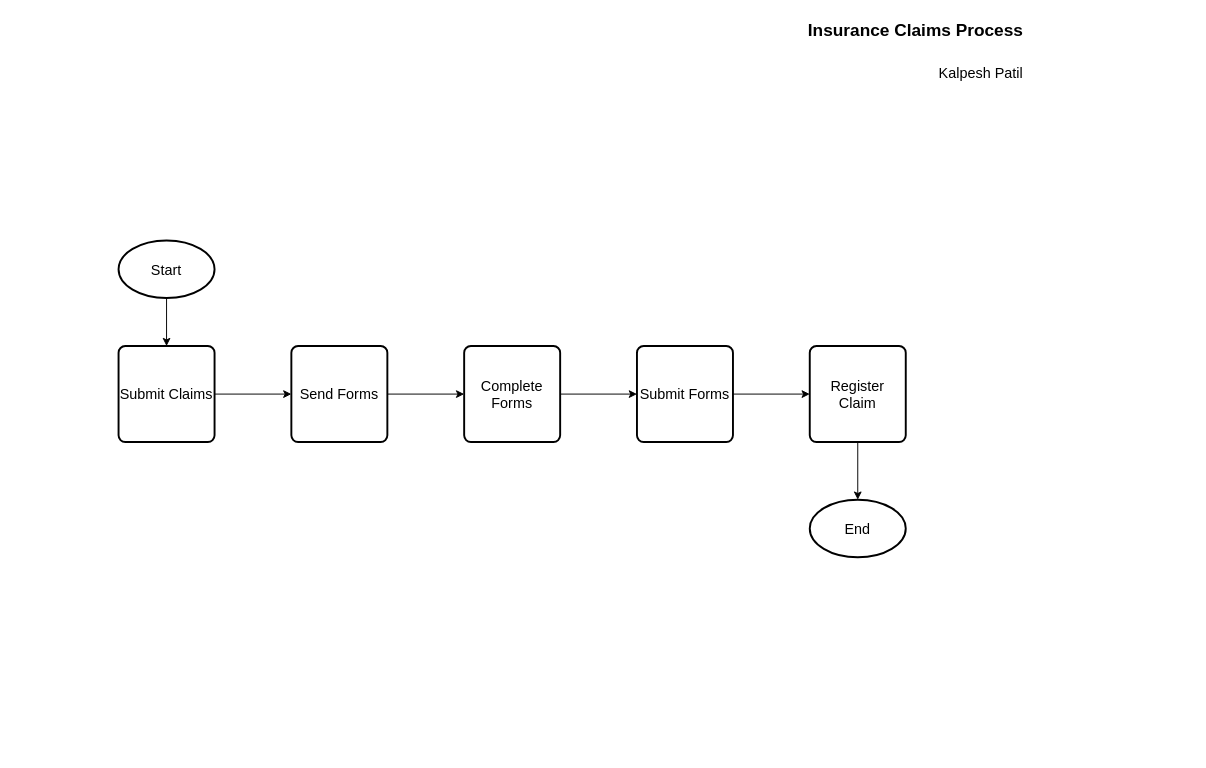
Earlier version of the draw.io diagram BAC1/InsuranceClaimsV1.drawio (planetkalpesh/ProcessMapping). Source tidied: cells renumbered, new cells numbered last; positions are measured from the earlier drawing's top-left corner, leaving out a move shared by most shapes. Both pictures are drawn from the tidied source at 96%, with x=0, y=0 at pixel (118, 16).
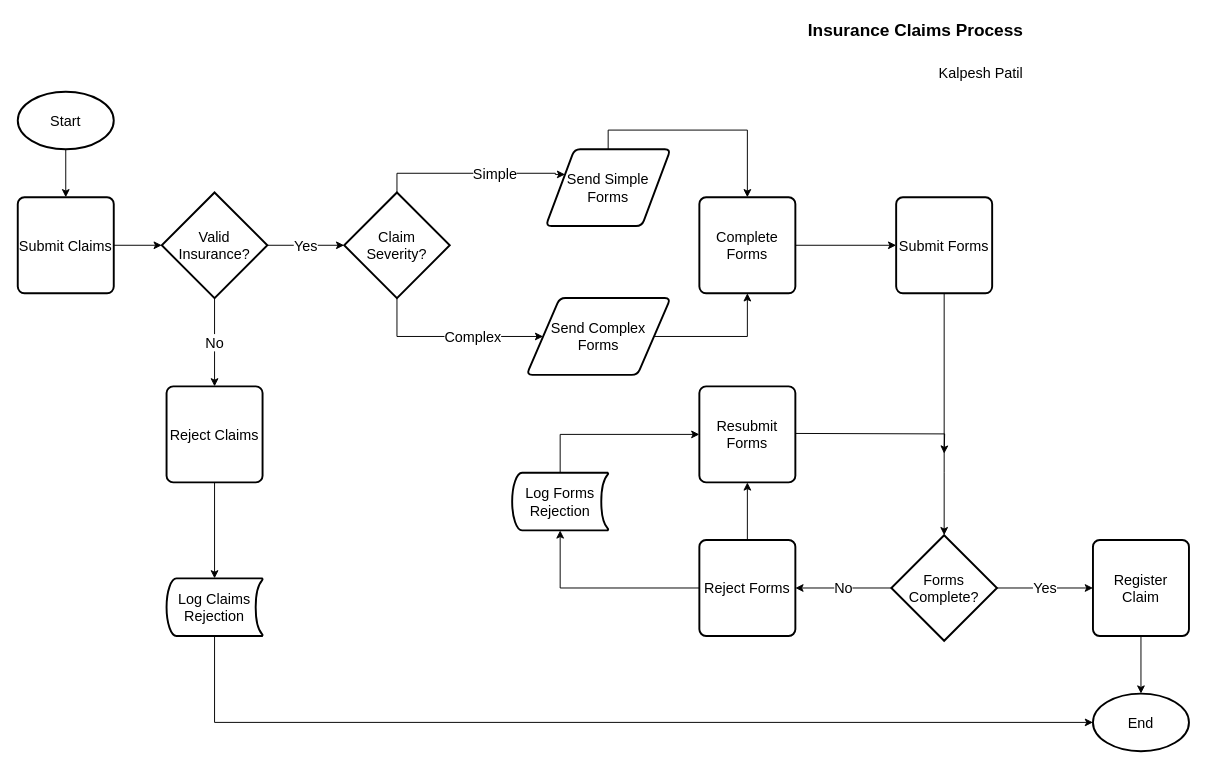
The same page after the edit.

Diff of the diagram source:
```diff
@@
-    <mxCell id="4" style="edgeStyle=orthogonalEdgeStyle;rounded=0;jettySize=auto;html=1;fontSize=15;" parent="1" edge="1" source="5" target="7">
+    <mxCell id="4" style="edgeStyle=orthogonalEdgeStyle;rounded=0;jettySize=auto;html=1;exitX=0.5;exitY=1;exitDx=0;exitDy=0;exitPerimeter=0;entryX=0.5;entryY=0;entryDx=0;entryDy=0;fontSize=15;" parent="1" edge="1" source="5" target="7">
       <mxGeometry relative="1" as="geometry" />
     </mxCell>
     <mxCell id="5" value="Start" style="strokeWidth=2;html=1;shape=mxgraph.flowchart.start_1;whiteSpace=wrap;fontSize=15;" parent="1" vertex="1">
-      <mxGeometry y="233" width="100" height="60" as="geometry" />
+      <mxGeometry x="-105" y="78" width="100" height="60" as="geometry" />
     </mxCell>
-    <mxCell id="6" style="edgeStyle=orthogonalEdgeStyle;rounded=0;jettySize=auto;html=1;fontSize=15;" parent="1" edge="1" source="7" target="9">
-      <mxGeometry relative="1" as="geometry" />
-    </mxCell>
+    <mxCell id="17" style="edgeStyle=orthogonalEdgeStyle;rounded=0;jettySize=auto;html=1;exitX=1;exitY=0.5;exitDx=0;exitDy=0;entryX=0;entryY=0.5;entryDx=0;entryDy=0;entryPerimeter=0;fontSize=15;" parent="1" edge="1" source="7" target="29">
+      <mxGeometry relative="1" as="geometry" />
+    </mxCell>
     <mxCell id="7" value="Submit Claims" style="rounded=1;whiteSpace=wrap;html=1;absoluteArcSize=1;arcSize=14;strokeWidth=2;fontSize=15;" parent="1" vertex="1">
-      <mxGeometry y="343" width="100" height="100" as="geometry" />
+      <mxGeometry x="-105" y="188" width="100" height="100" as="geometry" />
     </mxCell>
-    <mxCell id="8" style="edgeStyle=orthogonalEdgeStyle;rounded=0;jettySize=auto;html=1;fontSize=15;" parent="1" edge="1" source="9" target="11">
-      <mxGeometry relative="1" as="geometry" />
-    </mxCell>
-    <mxCell id="9" value="Send Forms" style="rounded=1;whiteSpace=wrap;html=1;absoluteArcSize=1;arcSize=14;strokeWidth=2;fontSize=15;" parent="1" vertex="1">
-      <mxGeometry x="180" y="343" width="100" height="100" as="geometry" />
-    </mxCell>
+    <mxCell id="18" style="edgeStyle=orthogonalEdgeStyle;rounded=0;jettySize=auto;html=1;exitX=0.5;exitY=1;exitDx=0;exitDy=0;entryX=0;entryY=0.5;entryDx=0;entryDy=0;entryPerimeter=0;fontSize=15;" parent="1" edge="1" source="40" target="16">
+      <mxGeometry relative="1" as="geometry" />
+    </mxCell>
+    <mxCell id="19" style="edgeStyle=orthogonalEdgeStyle;rounded=0;jettySize=auto;html=1;exitX=0.5;exitY=1;exitDx=0;exitDy=0;endArrow=classic;endFill=1;fontSize=15;" parent="1" edge="1" source="20" target="40">
+      <mxGeometry relative="1" as="geometry" />
+    </mxCell>
+    <mxCell id="20" value="Reject Claims" style="rounded=1;whiteSpace=wrap;html=1;absoluteArcSize=1;arcSize=14;strokeWidth=2;fontSize=15;" parent="1" vertex="1">
+      <mxGeometry x="50" y="385" width="100" height="100" as="geometry" />
+    </mxCell>
-    <mxCell id="10" style="edgeStyle=orthogonalEdgeStyle;rounded=0;jettySize=auto;html=1;fontSize=15;" parent="1" edge="1" source="11" target="13">
+    <mxCell id="10" style="edgeStyle=orthogonalEdgeStyle;rounded=0;jettySize=auto;html=1;exitX=1;exitY=0.5;exitDx=0;exitDy=0;entryX=0;entryY=0.5;entryDx=0;entryDy=0;endArrow=classic;endFill=1;fontSize=15;" parent="1" edge="1" source="11" target="13">
       <mxGeometry relative="1" as="geometry" />
     </mxCell>
     <mxCell id="11" value="Complete Forms" style="rounded=1;whiteSpace=wrap;html=1;absoluteArcSize=1;arcSize=14;strokeWidth=2;fontSize=15;" parent="1" vertex="1">
-      <mxGeometry x="360" y="343" width="100" height="100" as="geometry" />
+      <mxGeometry x="605" y="188" width="100" height="100" as="geometry" />
     </mxCell>
-    <mxCell id="12" style="edgeStyle=orthogonalEdgeStyle;rounded=0;jettySize=auto;html=1;fontSize=15;" parent="1" edge="1" source="13" target="15">
-      <mxGeometry relative="1" as="geometry" />
-    </mxCell>
+    <mxCell id="21" style="edgeStyle=orthogonalEdgeStyle;rounded=0;jettySize=auto;html=1;exitX=0.5;exitY=0;exitDx=0;exitDy=0;entryX=0.5;entryY=1;entryDx=0;entryDy=0;fontSize=15;" parent="1" edge="1" source="23" target="25">
+      <mxGeometry relative="1" as="geometry" />
+    </mxCell>
+    <mxCell id="22" style="edgeStyle=orthogonalEdgeStyle;rounded=0;jettySize=auto;html=1;exitX=0;exitY=0.5;exitDx=0;exitDy=0;entryX=0.5;entryY=1;entryDx=0;entryDy=0;entryPerimeter=0;endArrow=classic;endFill=1;fontSize=15;" parent="1" edge="1" source="23" target="42">
+      <mxGeometry relative="1" as="geometry" />
+    </mxCell>
+    <mxCell id="23" value="Reject Forms" style="rounded=1;whiteSpace=wrap;html=1;absoluteArcSize=1;arcSize=14;strokeWidth=2;fontSize=15;" parent="1" vertex="1">
+      <mxGeometry x="605" y="545" width="100" height="100" as="geometry" />
+    </mxCell>
+    <mxCell id="24" style="edgeStyle=orthogonalEdgeStyle;rounded=0;orthogonalLoop=1;jettySize=auto;html=1;exitX=1;exitY=0.5;exitDx=0;exitDy=0;endArrow=classic;endFill=1;fontSize=15;" parent="1" edge="1">
+      <mxGeometry relative="1" as="geometry">
+        <mxPoint x="705" y="434" as="sourcePoint" />
+        <mxPoint x="860" y="455" as="targetPoint" />
+      </mxGeometry>
+    </mxCell>
+    <mxCell id="25" value="Resubmit Forms" style="rounded=1;whiteSpace=wrap;html=1;absoluteArcSize=1;arcSize=14;strokeWidth=2;fontSize=15;" parent="1" vertex="1">
+      <mxGeometry x="605" y="385" width="100" height="100" as="geometry" />
+    </mxCell>
+    <mxCell id="26" style="edgeStyle=orthogonalEdgeStyle;rounded=0;jettySize=auto;html=1;exitX=0.5;exitY=1;exitDx=0;exitDy=0;entryX=0.5;entryY=0;entryDx=0;entryDy=0;entryPerimeter=0;fontSize=15;" parent="1" edge="1" source="13" target="32">
+      <mxGeometry relative="1" as="geometry">
+        <Array as="points">
+          <mxPoint x="860" y="475" />
+          <mxPoint x="860" y="475" />
+        </Array>
+      </mxGeometry>
+    </mxCell>
     <mxCell id="13" value="Submit Forms" style="rounded=1;whiteSpace=wrap;html=1;absoluteArcSize=1;arcSize=14;strokeWidth=2;fontSize=15;" parent="1" vertex="1">
-      <mxGeometry x="540" y="343" width="100" height="100" as="geometry" />
+      <mxGeometry x="810" y="188" width="100" height="100" as="geometry" />
     </mxCell>
-    <mxCell id="14" style="edgeStyle=orthogonalEdgeStyle;rounded=0;jettySize=auto;html=1;fontSize=15;" parent="1" edge="1" source="15" target="16">
+    <mxCell id="14" style="edgeStyle=orthogonalEdgeStyle;rounded=0;jettySize=auto;html=1;exitX=0.5;exitY=1;exitDx=0;exitDy=0;entryX=0.5;entryY=0;entryDx=0;entryDy=0;entryPerimeter=0;endArrow=classic;endFill=1;fontSize=15;" parent="1" edge="1" source="15" target="16">
       <mxGeometry relative="1" as="geometry" />
     </mxCell>
     <mxCell id="15" value="Register Claim" style="rounded=1;whiteSpace=wrap;html=1;absoluteArcSize=1;arcSize=14;strokeWidth=2;fontSize=15;" parent="1" vertex="1">
-      <mxGeometry x="720" y="343" width="100" height="100" as="geometry" />
+      <mxGeometry x="1015" y="545" width="100" height="100" as="geometry" />
     </mxCell>
     <mxCell id="16" value="End" style="strokeWidth=2;html=1;shape=mxgraph.flowchart.start_1;whiteSpace=wrap;fontSize=15;" parent="1" vertex="1">
-      <mxGeometry x="720" y="503" width="100" height="60" as="geometry" />
+      <mxGeometry x="1015" y="705" width="100" height="60" as="geometry" />
     </mxCell>
+    <mxCell id="27" value="Yes" style="edgeStyle=orthogonalEdgeStyle;rounded=0;jettySize=auto;html=1;exitX=1;exitY=0.5;exitDx=0;exitDy=0;exitPerimeter=0;entryX=0;entryY=0.5;entryDx=0;entryDy=0;entryPerimeter=0;fontSize=15;" parent="1" edge="1" source="29" target="35">
+      <mxGeometry relative="1" as="geometry" />
+    </mxCell>
+    <mxCell id="28" value="No" style="edgeStyle=orthogonalEdgeStyle;rounded=0;jettySize=auto;html=1;exitX=0.5;exitY=1;exitDx=0;exitDy=0;exitPerimeter=0;entryX=0.5;entryY=0;entryDx=0;entryDy=0;fontSize=15;" parent="1" edge="1" source="29" target="20">
+      <mxGeometry relative="1" as="geometry" />
+    </mxCell>
+    <mxCell id="29" value="&lt;div style=&quot;font-size: 15px;&quot;&gt;Valid&lt;/div&gt;&lt;div style=&quot;font-size: 15px;&quot;&gt; Insurance?&lt;/div&gt;" style="strokeWidth=2;html=1;shape=mxgraph.flowchart.decision;whiteSpace=wrap;fontSize=15;" parent="1" vertex="1">
+      <mxGeometry x="45" y="183" width="110" height="110" as="geometry" />
+    </mxCell>
+    <mxCell id="30" value="Yes" style="edgeStyle=orthogonalEdgeStyle;rounded=0;jettySize=auto;html=1;exitX=1;exitY=0.5;exitDx=0;exitDy=0;exitPerimeter=0;fontSize=15;" parent="1" edge="1" source="32" target="15">
+      <mxGeometry relative="1" as="geometry" />
+    </mxCell>
+    <mxCell id="31" value="No" style="edgeStyle=orthogonalEdgeStyle;rounded=0;jettySize=auto;html=1;exitX=0;exitY=0.5;exitDx=0;exitDy=0;exitPerimeter=0;entryX=1;entryY=0.5;entryDx=0;entryDy=0;fontSize=15;" parent="1" edge="1" source="32" target="23">
+      <mxGeometry relative="1" as="geometry" />
+    </mxCell>
+    <mxCell id="32" value="&lt;div&gt;Forms&lt;/div&gt;&lt;div&gt;Complete?&lt;br&gt;&lt;/div&gt;" style="strokeWidth=2;html=1;shape=mxgraph.flowchart.decision;whiteSpace=wrap;fontSize=15;" parent="1" vertex="1">
+      <mxGeometry x="805" y="540" width="110" height="110" as="geometry" />
+    </mxCell>
+    <mxCell id="33" value="Complex" style="edgeStyle=orthogonalEdgeStyle;rounded=0;jettySize=auto;html=1;exitX=0.5;exitY=1;exitDx=0;exitDy=0;exitPerimeter=0;entryX=0;entryY=0.5;entryDx=0;entryDy=0;fontSize=15;" parent="1" edge="1" source="35" target="39">
+      <mxGeometry x="0.24" relative="1" as="geometry" />
+    </mxCell>
+    <mxCell id="34" value="Simple" style="edgeStyle=orthogonalEdgeStyle;rounded=0;jettySize=auto;html=1;exitX=0.5;exitY=0;exitDx=0;exitDy=0;exitPerimeter=0;fontSize=15;entryX=0;entryY=0.25;entryDx=0;entryDy=0;" parent="1" edge="1" source="35" target="37">
+      <mxGeometry x="0.24" relative="1" as="geometry">
+        <Array as="points">
+          <mxPoint x="290" y="163" />
+          <mxPoint x="455" y="163" />
+        </Array>
+      </mxGeometry>
+    </mxCell>
+    <mxCell id="35" value="&lt;div&gt;Claim&lt;/div&gt;&lt;div&gt;Severity?&lt;br&gt;&lt;/div&gt;" style="strokeWidth=2;html=1;shape=mxgraph.flowchart.decision;whiteSpace=wrap;fontSize=15;" parent="1" vertex="1">
+      <mxGeometry x="235" y="183" width="110" height="110" as="geometry" />
+    </mxCell>
+    <mxCell id="36" style="edgeStyle=orthogonalEdgeStyle;rounded=0;jettySize=auto;html=1;exitX=0.5;exitY=0;exitDx=0;exitDy=0;entryX=0.5;entryY=0;entryDx=0;entryDy=0;endArrow=classic;endFill=1;fontSize=15;" parent="1" edge="1" source="37" target="11">
+      <mxGeometry relative="1" as="geometry" />
+    </mxCell>
+    <mxCell id="37" value="Send Simple Forms" style="shape=parallelogram;html=1;strokeWidth=2;perimeter=parallelogramPerimeter;whiteSpace=wrap;rounded=1;arcSize=12;size=0.23;fontSize=15;" parent="1" vertex="1">
+      <mxGeometry x="445" y="138" width="130" height="80" as="geometry" />
+    </mxCell>
+    <mxCell id="38" style="edgeStyle=orthogonalEdgeStyle;rounded=0;jettySize=auto;html=1;exitX=1;exitY=0.5;exitDx=0;exitDy=0;entryX=0.5;entryY=1;entryDx=0;entryDy=0;endArrow=classic;endFill=1;fontSize=15;" parent="1" edge="1" source="39" target="11">
+      <mxGeometry relative="1" as="geometry" />
+    </mxCell>
+    <mxCell id="39" value="&lt;div&gt;Send Complex &lt;br&gt;&lt;/div&gt;&lt;div&gt;Forms&lt;/div&gt;" style="shape=parallelogram;html=1;strokeWidth=2;perimeter=parallelogramPerimeter;whiteSpace=wrap;rounded=1;arcSize=12;size=0.23;fontSize=15;" parent="1" vertex="1">
+      <mxGeometry x="425" y="293" width="150" height="80" as="geometry" />
+    </mxCell>
+    <mxCell id="40" value="&lt;div&gt;Log Claims&lt;/div&gt;&lt;div&gt;Rejection&lt;br&gt;&lt;/div&gt;" style="strokeWidth=2;html=1;shape=mxgraph.flowchart.stored_data;whiteSpace=wrap;fontSize=15;" parent="1" vertex="1">
+      <mxGeometry x="50" y="585" width="100" height="60" as="geometry" />
+    </mxCell>
+    <mxCell id="41" style="edgeStyle=orthogonalEdgeStyle;rounded=0;jettySize=auto;html=1;exitX=0.5;exitY=0;exitDx=0;exitDy=0;exitPerimeter=0;entryX=0;entryY=0.5;entryDx=0;entryDy=0;endArrow=classic;endFill=1;fontSize=15;" parent="1" edge="1" source="42" target="25">
+      <mxGeometry relative="1" as="geometry" />
+    </mxCell>
+    <mxCell id="42" value="&lt;div&gt;Log Forms&lt;/div&gt;&lt;div&gt;Rejection&lt;br&gt;&lt;/div&gt;" style="strokeWidth=2;html=1;shape=mxgraph.flowchart.stored_data;whiteSpace=wrap;fontSize=15;" parent="1" vertex="1">
+      <mxGeometry x="410" y="475" width="100" height="60" as="geometry" />
+    </mxCell>
```
